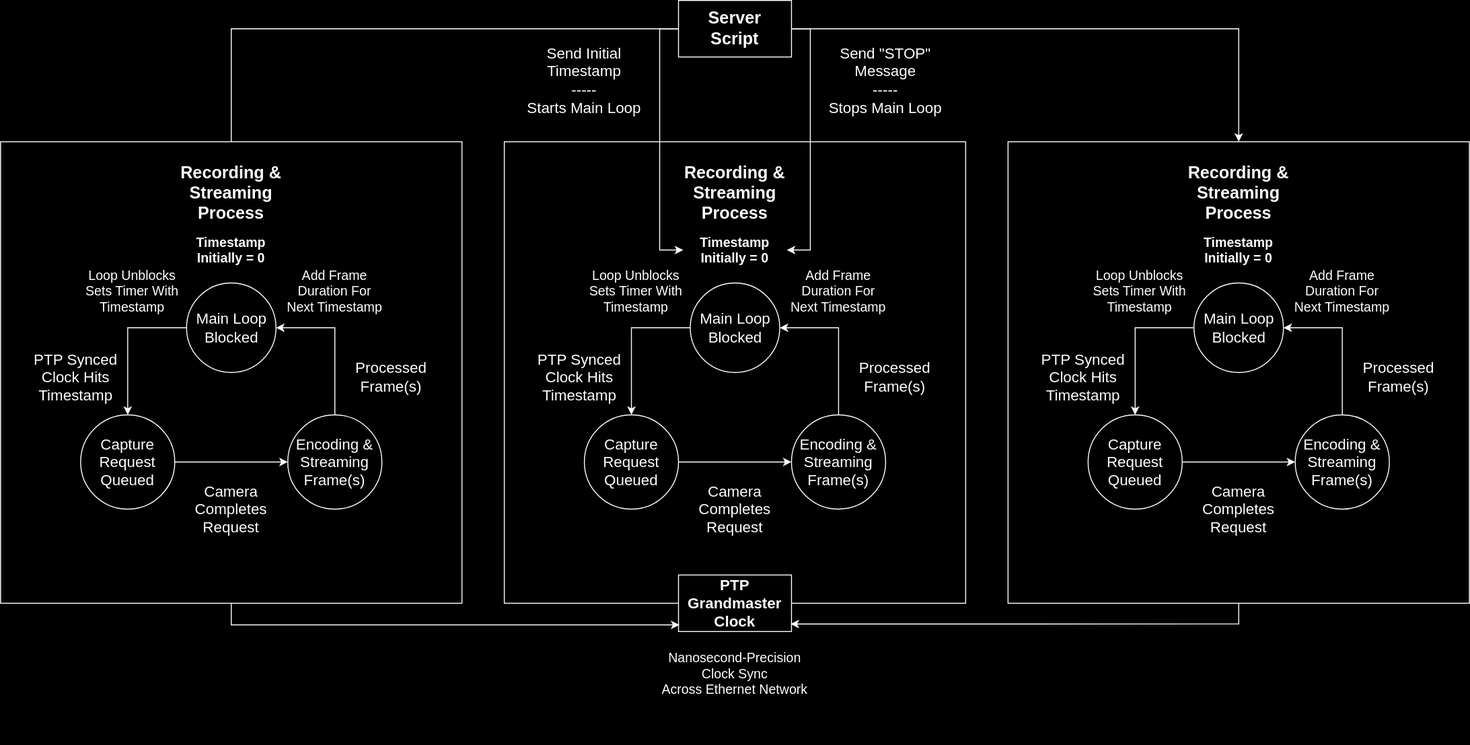
The draw.io diagram assets/architecture_diagram.svg in AlecFessler/mocap-toolkit, before a commit. Source tidied: cells renumbered, new cells last; positions are measured from the earlier drawing's top-left corner, leaving out a move shared by most shapes. The source it was exported from:
```xml
<mxGraphModel>
  <root>
    <mxCell id="0" />
    <mxCell id="1" parent="0" />
    <mxCell id="2" style="edgeStyle=orthogonalEdgeStyle;rounded=0;jettySize=auto;html=1;entryX=0.5;entryY=0;entryDx=0;entryDy=0;" parent="1" edge="1" source="4">
      <mxGeometry relative="1" as="geometry">
        <mxPoint x="245" y="210" as="targetPoint" />
        <Array as="points">
          <mxPoint x="245" y="30" />
        </Array>
      </mxGeometry>
    </mxCell>
    <mxCell id="3" style="edgeStyle=orthogonalEdgeStyle;rounded=0;jettySize=auto;html=1;entryX=0.5;entryY=0;entryDx=0;entryDy=0;" parent="1" edge="1" source="4" target="23">
      <mxGeometry relative="1" as="geometry" />
    </mxCell>
    <mxCell id="4" value="&lt;font style=&quot;font-size: 18px;&quot;&gt;&lt;b&gt;Server&lt;/b&gt;&lt;/font&gt;&lt;div&gt;&lt;font style=&quot;font-size: 18px;&quot;&gt;&lt;b&gt;Script&lt;/b&gt;&lt;/font&gt;&lt;/div&gt;" style="whiteSpace=wrap;html=1;" parent="1" vertex="1">
      <mxGeometry x="720" width="120" height="60" as="geometry" />
    </mxCell>
    <mxCell id="5" style="whiteSpace=wrap;html=1;" parent="1" vertex="1">
      <mxGeometry x="535" y="150" width="490" height="490" as="geometry" />
    </mxCell>
    <mxCell id="6" style="edgeStyle=orthogonalEdgeStyle;rounded=0;jettySize=auto;html=1;exitX=0;exitY=0.5;exitDx=0;exitDy=0;entryX=0.5;entryY=0;entryDx=0;entryDy=0;" parent="1" edge="1" source="7" target="11">
      <mxGeometry relative="1" as="geometry" />
    </mxCell>
    <mxCell id="7" value="&lt;font size=&quot;3&quot;&gt;Main Loop&lt;/font&gt;&lt;div&gt;&lt;font size=&quot;3&quot;&gt;Blocked&lt;/font&gt;&lt;/div&gt;" style="ellipse;whiteSpace=wrap;html=1;" parent="1" vertex="1">
      <mxGeometry x="732.5" y="300" width="95" height="95" as="geometry" />
    </mxCell>
    <mxCell id="8" style="edgeStyle=orthogonalEdgeStyle;rounded=0;jettySize=auto;html=1;exitX=0.5;exitY=0;exitDx=0;exitDy=0;entryX=1;entryY=0.5;entryDx=0;entryDy=0;" parent="1" edge="1" source="9" target="7">
      <mxGeometry relative="1" as="geometry" />
    </mxCell>
    <mxCell id="9" value="&lt;font size=&quot;3&quot;&gt;Encoding &amp;amp;&lt;/font&gt;&lt;div&gt;&lt;font size=&quot;3&quot;&gt;Streaming&lt;/font&gt;&lt;/div&gt;&lt;div&gt;&lt;font size=&quot;3&quot;&gt;Frame(s)&lt;/font&gt;&lt;/div&gt;" style="ellipse;whiteSpace=wrap;html=1;" parent="1" vertex="1">
      <mxGeometry x="840" y="440" width="100" height="100" as="geometry" />
    </mxCell>
    <mxCell id="10" style="edgeStyle=orthogonalEdgeStyle;rounded=0;jettySize=auto;html=1;exitX=1;exitY=0.5;exitDx=0;exitDy=0;entryX=0;entryY=0.5;entryDx=0;entryDy=0;" parent="1" edge="1" source="11" target="9">
      <mxGeometry relative="1" as="geometry" />
    </mxCell>
    <mxCell id="11" value="&lt;font size=&quot;3&quot;&gt;Capture&lt;/font&gt;&lt;div&gt;&lt;font size=&quot;3&quot;&gt;Request&lt;/font&gt;&lt;/div&gt;&lt;div&gt;&lt;font size=&quot;3&quot;&gt;Queued&lt;/font&gt;&lt;/div&gt;" style="ellipse;whiteSpace=wrap;html=1;" parent="1" vertex="1">
      <mxGeometry x="620" y="440" width="100" height="100" as="geometry" />
    </mxCell>
    <mxCell id="12" value="&lt;font size=&quot;3&quot;&gt;PTP Synced Clock Hits&lt;/font&gt;&lt;div&gt;&lt;font size=&quot;3&quot;&gt;Timestamp&lt;/font&gt;&lt;/div&gt;" style="text;html=1;align=center;verticalAlign=middle;whiteSpace=wrap;rounded=0;" parent="1" vertex="1">
      <mxGeometry x="560" y="380" width="110" height="40" as="geometry" />
    </mxCell>
    <mxCell id="13" value="&lt;font size=&quot;3&quot;&gt;Camera&lt;/font&gt;&lt;div&gt;&lt;font size=&quot;3&quot;&gt;Completes&lt;br&gt;Request&lt;/font&gt;&lt;/div&gt;" style="text;html=1;align=center;verticalAlign=middle;whiteSpace=wrap;rounded=0;" parent="1" vertex="1">
      <mxGeometry x="735" y="510" width="90" height="60" as="geometry" />
    </mxCell>
    <mxCell id="14" value="&lt;font size=&quot;3&quot;&gt;Processed&lt;/font&gt;&lt;div&gt;&lt;font size=&quot;3&quot;&gt;Frame(s)&lt;/font&gt;&lt;/div&gt;" style="text;html=1;align=center;verticalAlign=middle;whiteSpace=wrap;rounded=0;" parent="1" vertex="1">
      <mxGeometry x="890" y="380" width="120" height="40" as="geometry" />
    </mxCell>
    <mxCell id="15" value="&lt;font style=&quot;font-size: 14px;&quot;&gt;&lt;b style=&quot;&quot;&gt;Timestamp&lt;/b&gt;&lt;/font&gt;&lt;div&gt;&lt;font style=&quot;font-size: 14px;&quot;&gt;&lt;b style=&quot;&quot;&gt;Initially = 0&lt;/b&gt;&lt;/font&gt;&lt;/div&gt;" style="text;html=1;align=center;verticalAlign=middle;whiteSpace=wrap;rounded=0;" parent="1" vertex="1">
      <mxGeometry x="725" y="230" width="110" height="70" as="geometry" />
    </mxCell>
    <mxCell id="16" value="&lt;font style=&quot;font-size: 18px;&quot;&gt;&lt;b&gt;Recording &amp;amp;&lt;/b&gt;&lt;/font&gt;&lt;div&gt;&lt;font style=&quot;font-size: 18px;&quot;&gt;&lt;b&gt;Streaming&lt;br&gt;Process&lt;/b&gt;&lt;/font&gt;&lt;/div&gt;" style="text;html=1;align=center;verticalAlign=middle;whiteSpace=wrap;rounded=0;" parent="1" vertex="1">
      <mxGeometry x="715" y="170" width="130" height="70" as="geometry" />
    </mxCell>
    <mxCell id="17" style="edgeStyle=orthogonalEdgeStyle;rounded=0;jettySize=auto;html=1;exitX=0;exitY=0.5;exitDx=0;exitDy=0;entryX=0;entryY=0.5;entryDx=0;entryDy=0;" parent="1" edge="1" source="4" target="15">
      <mxGeometry relative="1" as="geometry">
        <Array as="points">
          <mxPoint x="700" y="30" />
          <mxPoint x="700" y="265" />
        </Array>
      </mxGeometry>
    </mxCell>
    <mxCell id="18" style="edgeStyle=orthogonalEdgeStyle;rounded=0;jettySize=auto;html=1;exitX=1;exitY=0.5;exitDx=0;exitDy=0;entryX=1;entryY=0.5;entryDx=0;entryDy=0;" parent="1" edge="1" source="4" target="15">
      <mxGeometry relative="1" as="geometry">
        <Array as="points">
          <mxPoint x="860" y="30" />
          <mxPoint x="860" y="265" />
        </Array>
      </mxGeometry>
    </mxCell>
    <mxCell id="19" value="&lt;font size=&quot;3&quot;&gt;Send Initial Timestamp&lt;/font&gt;&lt;div&gt;&lt;font size=&quot;3&quot;&gt;-----&lt;/font&gt;&lt;/div&gt;&lt;div&gt;&lt;font size=&quot;3&quot;&gt;Starts Main Loop&lt;/font&gt;&lt;/div&gt;" style="text;html=1;align=center;verticalAlign=middle;whiteSpace=wrap;rounded=0;" parent="1" vertex="1">
      <mxGeometry x="540" y="20" width="160" height="130" as="geometry" />
    </mxCell>
    <mxCell id="20" value="&lt;font size=&quot;3&quot;&gt;Send &quot;STOP&quot; Message&lt;/font&gt;&lt;div&gt;&lt;font size=&quot;3&quot;&gt;-----&lt;/font&gt;&lt;/div&gt;&lt;div&gt;&lt;font size=&quot;3&quot;&gt;Stops Main Loop&lt;/font&gt;&lt;/div&gt;" style="text;html=1;align=center;verticalAlign=middle;whiteSpace=wrap;rounded=0;" parent="1" vertex="1">
      <mxGeometry x="860" y="20" width="160" height="130" as="geometry" />
    </mxCell>
    <mxCell id="21" value="&lt;span style=&quot;font-size: 14px;&quot;&gt;Add Frame Duration For&lt;/span&gt;&lt;div&gt;&lt;span style=&quot;font-size: 14px;&quot;&gt;Next Timestamp&lt;/span&gt;&lt;/div&gt;" style="text;html=1;align=center;verticalAlign=middle;whiteSpace=wrap;rounded=0;" parent="1" vertex="1">
      <mxGeometry x="830" y="290" width="120" height="37.5" as="geometry" />
    </mxCell>
    <mxCell id="22" value="&lt;span style=&quot;font-size: 14px;&quot;&gt;Loop Unblocks&lt;/span&gt;&lt;div&gt;&lt;span style=&quot;font-size: 14px;&quot;&gt;Sets Timer With&lt;/span&gt;&lt;/div&gt;&lt;div&gt;&lt;span style=&quot;font-size: 14px;&quot;&gt;Timestamp&lt;/span&gt;&lt;/div&gt;" style="text;html=1;align=center;verticalAlign=middle;whiteSpace=wrap;rounded=0;" parent="1" vertex="1">
      <mxGeometry x="620" y="273.8" width="110" height="70" as="geometry" />
    </mxCell>
    <mxCell id="23" style="whiteSpace=wrap;html=1;" parent="1" vertex="1">
      <mxGeometry x="1070" y="150" width="490" height="490" as="geometry" />
    </mxCell>
    <mxCell id="24" style="edgeStyle=orthogonalEdgeStyle;rounded=0;jettySize=auto;html=1;exitX=0;exitY=0.5;exitDx=0;exitDy=0;entryX=0.5;entryY=0;entryDx=0;entryDy=0;" parent="1" edge="1" source="25" target="29">
      <mxGeometry relative="1" as="geometry" />
    </mxCell>
    <mxCell id="25" value="&lt;font size=&quot;3&quot;&gt;Main Loop&lt;/font&gt;&lt;div&gt;&lt;font size=&quot;3&quot;&gt;Blocked&lt;/font&gt;&lt;/div&gt;" style="ellipse;whiteSpace=wrap;html=1;" parent="1" vertex="1">
      <mxGeometry x="1267.5" y="300" width="95" height="95" as="geometry" />
    </mxCell>
    <mxCell id="26" style="edgeStyle=orthogonalEdgeStyle;rounded=0;jettySize=auto;html=1;exitX=0.5;exitY=0;exitDx=0;exitDy=0;entryX=1;entryY=0.5;entryDx=0;entryDy=0;" parent="1" edge="1" source="27" target="25">
      <mxGeometry relative="1" as="geometry" />
    </mxCell>
    <mxCell id="27" value="&lt;font size=&quot;3&quot;&gt;Encoding &amp;amp;&lt;/font&gt;&lt;div&gt;&lt;font size=&quot;3&quot;&gt;Streaming&lt;/font&gt;&lt;/div&gt;&lt;div&gt;&lt;font size=&quot;3&quot;&gt;Frame(s)&lt;/font&gt;&lt;/div&gt;" style="ellipse;whiteSpace=wrap;html=1;" parent="1" vertex="1">
      <mxGeometry x="1375" y="440" width="100" height="100" as="geometry" />
    </mxCell>
    <mxCell id="28" style="edgeStyle=orthogonalEdgeStyle;rounded=0;jettySize=auto;html=1;exitX=1;exitY=0.5;exitDx=0;exitDy=0;entryX=0;entryY=0.5;entryDx=0;entryDy=0;" parent="1" edge="1" source="29" target="27">
      <mxGeometry relative="1" as="geometry" />
    </mxCell>
    <mxCell id="29" value="&lt;font size=&quot;3&quot;&gt;Capture&lt;/font&gt;&lt;div&gt;&lt;font size=&quot;3&quot;&gt;Request&lt;/font&gt;&lt;/div&gt;&lt;div&gt;&lt;font size=&quot;3&quot;&gt;Queued&lt;/font&gt;&lt;/div&gt;" style="ellipse;whiteSpace=wrap;html=1;" parent="1" vertex="1">
      <mxGeometry x="1155" y="440" width="100" height="100" as="geometry" />
    </mxCell>
    <mxCell id="30" value="&lt;font size=&quot;3&quot;&gt;PTP Synced Clock Hits Timestamp&lt;/font&gt;" style="text;html=1;align=center;verticalAlign=middle;whiteSpace=wrap;rounded=0;" parent="1" vertex="1">
      <mxGeometry x="1095" y="380" width="110" height="40" as="geometry" />
    </mxCell>
    <mxCell id="31" value="&lt;font size=&quot;3&quot;&gt;Camera&lt;/font&gt;&lt;div&gt;&lt;font size=&quot;3&quot;&gt;Completes&lt;br&gt;Request&lt;/font&gt;&lt;/div&gt;" style="text;html=1;align=center;verticalAlign=middle;whiteSpace=wrap;rounded=0;" parent="1" vertex="1">
      <mxGeometry x="1270" y="510" width="90" height="60" as="geometry" />
    </mxCell>
    <mxCell id="32" value="&lt;font size=&quot;3&quot;&gt;Processed&lt;/font&gt;&lt;div&gt;&lt;font size=&quot;3&quot;&gt;Frame(s)&lt;/font&gt;&lt;/div&gt;" style="text;html=1;align=center;verticalAlign=middle;whiteSpace=wrap;rounded=0;" parent="1" vertex="1">
      <mxGeometry x="1425" y="380" width="120" height="40" as="geometry" />
    </mxCell>
    <mxCell id="33" value="&lt;font style=&quot;font-size: 14px;&quot;&gt;&lt;b style=&quot;&quot;&gt;Timestamp&lt;/b&gt;&lt;/font&gt;&lt;div&gt;&lt;font style=&quot;font-size: 14px;&quot;&gt;&lt;b style=&quot;&quot;&gt;Initially = 0&lt;/b&gt;&lt;/font&gt;&lt;/div&gt;" style="text;html=1;align=center;verticalAlign=middle;whiteSpace=wrap;rounded=0;" parent="1" vertex="1">
      <mxGeometry x="1260" y="230" width="110" height="70" as="geometry" />
    </mxCell>
    <mxCell id="34" value="&lt;font style=&quot;font-size: 18px;&quot;&gt;&lt;b&gt;Recording &amp;amp;&lt;/b&gt;&lt;/font&gt;&lt;div&gt;&lt;font style=&quot;font-size: 18px;&quot;&gt;&lt;b&gt;Streaming&lt;br&gt;Process&lt;/b&gt;&lt;/font&gt;&lt;/div&gt;" style="text;html=1;align=center;verticalAlign=middle;whiteSpace=wrap;rounded=0;" parent="1" vertex="1">
      <mxGeometry x="1250" y="170" width="130" height="70" as="geometry" />
    </mxCell>
    <mxCell id="35" value="&lt;span style=&quot;font-size: 14px;&quot;&gt;Add Frame Duration For&lt;/span&gt;&lt;div&gt;&lt;span style=&quot;font-size: 14px;&quot;&gt;Next Timestamp&lt;/span&gt;&lt;/div&gt;" style="text;html=1;align=center;verticalAlign=middle;whiteSpace=wrap;rounded=0;" parent="1" vertex="1">
      <mxGeometry x="1365" y="290" width="120" height="37.5" as="geometry" />
    </mxCell>
    <mxCell id="36" value="&lt;span style=&quot;font-size: 14px;&quot;&gt;Loop Unblocks&lt;/span&gt;&lt;div&gt;&lt;span style=&quot;font-size: 14px;&quot;&gt;Sets Timer With&lt;/span&gt;&lt;/div&gt;&lt;div&gt;&lt;span style=&quot;font-size: 14px;&quot;&gt;Timestamp&lt;/span&gt;&lt;/div&gt;" style="text;html=1;align=center;verticalAlign=middle;whiteSpace=wrap;rounded=0;" parent="1" vertex="1">
      <mxGeometry x="1155" y="273.8" width="110" height="70" as="geometry" />
    </mxCell>
    <mxCell id="37" style="whiteSpace=wrap;html=1;" parent="1" vertex="1">
      <mxGeometry y="150" width="490" height="490" as="geometry" />
    </mxCell>
    <mxCell id="38" style="edgeStyle=orthogonalEdgeStyle;rounded=0;jettySize=auto;html=1;exitX=0;exitY=0.5;exitDx=0;exitDy=0;entryX=0.5;entryY=0;entryDx=0;entryDy=0;" parent="1" edge="1" source="39" target="43">
      <mxGeometry relative="1" as="geometry" />
    </mxCell>
    <mxCell id="39" value="&lt;font size=&quot;3&quot;&gt;Main Loop&lt;/font&gt;&lt;div&gt;&lt;font size=&quot;3&quot;&gt;Blocked&lt;/font&gt;&lt;/div&gt;" style="ellipse;whiteSpace=wrap;html=1;" parent="1" vertex="1">
      <mxGeometry x="197.5" y="300" width="95" height="95" as="geometry" />
    </mxCell>
    <mxCell id="40" style="edgeStyle=orthogonalEdgeStyle;rounded=0;jettySize=auto;html=1;exitX=0.5;exitY=0;exitDx=0;exitDy=0;entryX=1;entryY=0.5;entryDx=0;entryDy=0;" parent="1" edge="1" source="41" target="39">
      <mxGeometry relative="1" as="geometry" />
    </mxCell>
    <mxCell id="41" value="&lt;font size=&quot;3&quot;&gt;Encoding &amp;amp;&lt;/font&gt;&lt;div&gt;&lt;font size=&quot;3&quot;&gt;Streaming&lt;/font&gt;&lt;/div&gt;&lt;div&gt;&lt;font size=&quot;3&quot;&gt;Frame(s)&lt;/font&gt;&lt;/div&gt;" style="ellipse;whiteSpace=wrap;html=1;" parent="1" vertex="1">
      <mxGeometry x="305" y="440" width="100" height="100" as="geometry" />
    </mxCell>
    <mxCell id="42" style="edgeStyle=orthogonalEdgeStyle;rounded=0;jettySize=auto;html=1;exitX=1;exitY=0.5;exitDx=0;exitDy=0;entryX=0;entryY=0.5;entryDx=0;entryDy=0;" parent="1" edge="1" source="43" target="41">
      <mxGeometry relative="1" as="geometry" />
    </mxCell>
    <mxCell id="43" value="&lt;font size=&quot;3&quot;&gt;Capture&lt;/font&gt;&lt;div&gt;&lt;font size=&quot;3&quot;&gt;Request&lt;/font&gt;&lt;/div&gt;&lt;div&gt;&lt;font size=&quot;3&quot;&gt;Queued&lt;/font&gt;&lt;/div&gt;" style="ellipse;whiteSpace=wrap;html=1;" parent="1" vertex="1">
      <mxGeometry x="85" y="440" width="100" height="100" as="geometry" />
    </mxCell>
    <mxCell id="44" value="&lt;font size=&quot;3&quot;&gt;PTP Synced Clock Hits Timestamp&lt;/font&gt;" style="text;html=1;align=center;verticalAlign=middle;whiteSpace=wrap;rounded=0;" parent="1" vertex="1">
      <mxGeometry x="25" y="380" width="110" height="40" as="geometry" />
    </mxCell>
    <mxCell id="45" value="&lt;font size=&quot;3&quot;&gt;Camera&lt;/font&gt;&lt;div&gt;&lt;font size=&quot;3&quot;&gt;Completes&lt;br&gt;Request&lt;/font&gt;&lt;/div&gt;" style="text;html=1;align=center;verticalAlign=middle;whiteSpace=wrap;rounded=0;" parent="1" vertex="1">
      <mxGeometry x="200" y="510" width="90" height="60" as="geometry" />
    </mxCell>
    <mxCell id="46" value="&lt;font size=&quot;3&quot;&gt;Processed&lt;/font&gt;&lt;div&gt;&lt;font size=&quot;3&quot;&gt;Frame(s)&lt;/font&gt;&lt;/div&gt;" style="text;html=1;align=center;verticalAlign=middle;whiteSpace=wrap;rounded=0;" parent="1" vertex="1">
      <mxGeometry x="355" y="380" width="120" height="40" as="geometry" />
    </mxCell>
    <mxCell id="47" value="&lt;font style=&quot;font-size: 14px;&quot;&gt;&lt;b style=&quot;&quot;&gt;Timestamp&lt;/b&gt;&lt;/font&gt;&lt;div&gt;&lt;font style=&quot;font-size: 14px;&quot;&gt;&lt;b style=&quot;&quot;&gt;Initially = 0&lt;/b&gt;&lt;/font&gt;&lt;/div&gt;" style="text;html=1;align=center;verticalAlign=middle;whiteSpace=wrap;rounded=0;" parent="1" vertex="1">
      <mxGeometry x="190" y="230" width="110" height="70" as="geometry" />
    </mxCell>
    <mxCell id="48" value="&lt;font style=&quot;font-size: 18px;&quot;&gt;&lt;b&gt;Recording &amp;amp;&lt;/b&gt;&lt;/font&gt;&lt;div&gt;&lt;font style=&quot;font-size: 18px;&quot;&gt;&lt;b&gt;Streaming&lt;br&gt;Process&lt;/b&gt;&lt;/font&gt;&lt;/div&gt;" style="text;html=1;align=center;verticalAlign=middle;whiteSpace=wrap;rounded=0;" parent="1" vertex="1">
      <mxGeometry x="180" y="170" width="130" height="70" as="geometry" />
    </mxCell>
    <mxCell id="49" value="&lt;span style=&quot;font-size: 14px;&quot;&gt;Add Frame Duration For&lt;/span&gt;&lt;div&gt;&lt;span style=&quot;font-size: 14px;&quot;&gt;Next Timestamp&lt;/span&gt;&lt;/div&gt;" style="text;html=1;align=center;verticalAlign=middle;whiteSpace=wrap;rounded=0;" parent="1" vertex="1">
      <mxGeometry x="295" y="290" width="120" height="37.5" as="geometry" />
    </mxCell>
    <mxCell id="50" value="&lt;span style=&quot;font-size: 14px;&quot;&gt;Loop Unblocks&lt;/span&gt;&lt;div&gt;&lt;span style=&quot;font-size: 14px;&quot;&gt;Sets Timer With&lt;/span&gt;&lt;/div&gt;&lt;div&gt;&lt;span style=&quot;font-size: 14px;&quot;&gt;Timestamp&lt;/span&gt;&lt;/div&gt;" style="text;html=1;align=center;verticalAlign=middle;whiteSpace=wrap;rounded=0;" parent="1" vertex="1">
      <mxGeometry x="85" y="273.8" width="110" height="70" as="geometry" />
    </mxCell>
    <mxCell id="51" value="&lt;font size=&quot;3&quot;&gt;&lt;b&gt;PTP&lt;br&gt;Grandmaster&lt;/b&gt;&lt;/font&gt;&lt;div&gt;&lt;font size=&quot;3&quot;&gt;&lt;b&gt;Clock&lt;/b&gt;&lt;/font&gt;&lt;/div&gt;" style="rounded=0;whiteSpace=wrap;html=1;" parent="1" vertex="1">
      <mxGeometry x="720" y="610" width="120" height="60" as="geometry" />
    </mxCell>
    <mxCell id="52" value="&lt;font style=&quot;font-size: 14px;&quot;&gt;Nanosecond-Precision Clock Sync&lt;/font&gt;&lt;div&gt;&lt;font style=&quot;font-size: 14px;&quot;&gt;Across Ethernet Network&lt;/font&gt;&lt;/div&gt;" style="text;html=1;align=center;verticalAlign=middle;whiteSpace=wrap;rounded=0;" parent="1" vertex="1">
      <mxGeometry x="700" y="640" width="160" height="150" as="geometry" />
    </mxCell>
    <mxCell id="53" style="edgeStyle=orthogonalEdgeStyle;rounded=0;jettySize=auto;html=1;exitX=0.5;exitY=1;exitDx=0;exitDy=0;entryX=0.992;entryY=0.867;entryDx=0;entryDy=0;entryPerimeter=0;" parent="1" edge="1" source="23" target="51">
      <mxGeometry relative="1" as="geometry" />
    </mxCell>
    <mxCell id="54" style="edgeStyle=orthogonalEdgeStyle;rounded=0;jettySize=auto;html=1;exitX=0.5;exitY=1;exitDx=0;exitDy=0;entryX=0.008;entryY=0.883;entryDx=0;entryDy=0;entryPerimeter=0;" parent="1" edge="1" source="37" target="51">
      <mxGeometry relative="1" as="geometry" />
    </mxCell>
  </root>
</mxGraphModel>
```
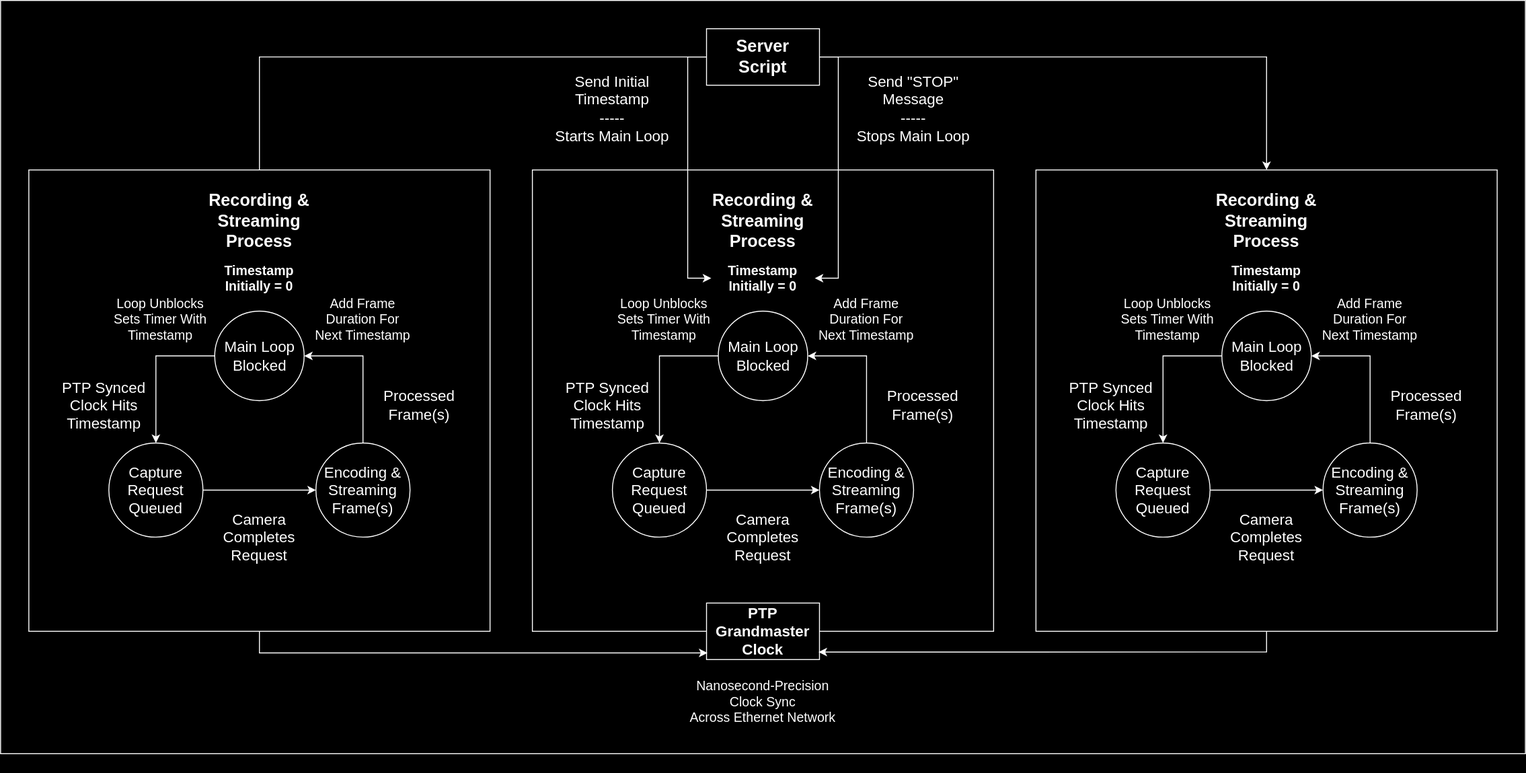
After the commit.

What changed in the source:
```diff
@@ -2,6 +2,9 @@
   <root>
     <mxCell id="0" />
     <mxCell id="1" parent="0" />
+    <mxCell id="55" style="rounded=0;whiteSpace=wrap;html=1;" parent="1" vertex="1">
+      <mxGeometry x="-30" y="-30" width="1620" height="800" as="geometry" />
+    </mxCell>
     <mxCell id="2" style="edgeStyle=orthogonalEdgeStyle;rounded=0;jettySize=auto;html=1;entryX=0.5;entryY=0;entryDx=0;entryDy=0;" parent="1" edge="1" source="4">
       <mxGeometry relative="1" as="geometry">
         <mxPoint x="245" y="210" as="targetPoint" />
```
